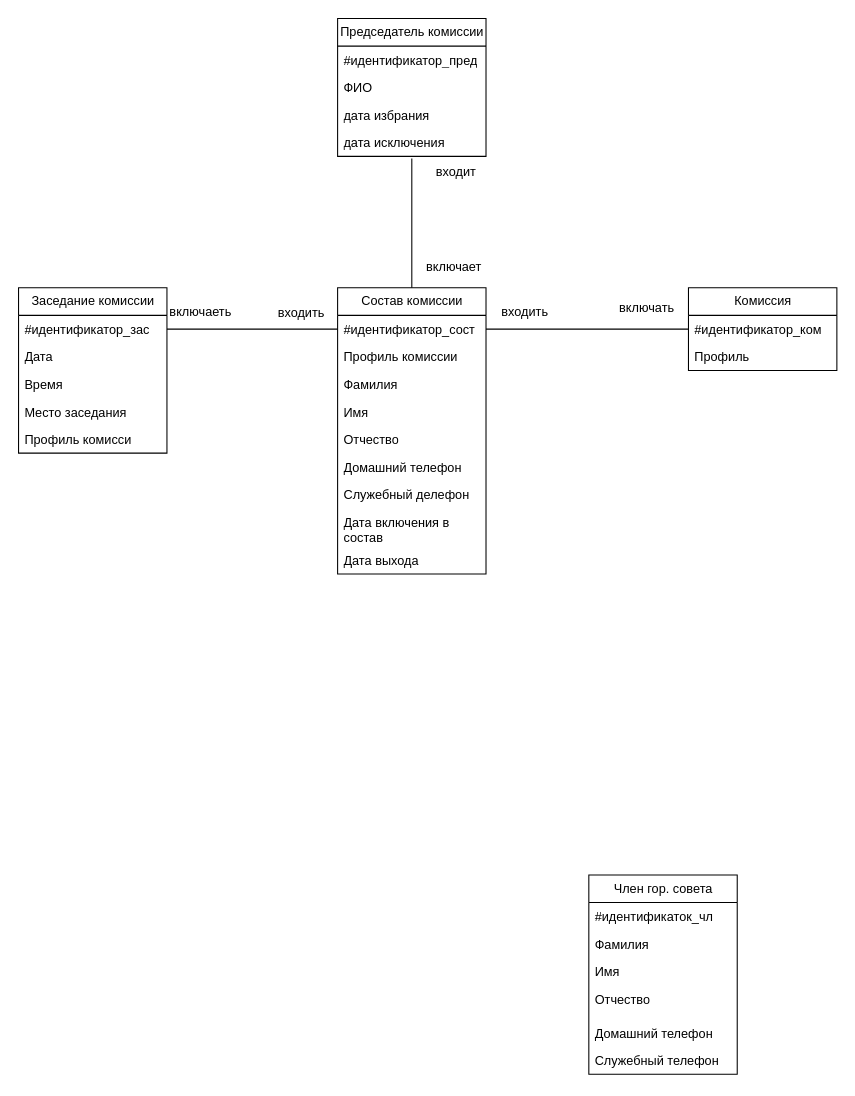
hiff0/db-city-council keeps this draw.io diagram as Инфологическая модель БД.drawio. Above is the earlier version. Source tidied: cells renumbered, new cells numbered last; positions are measured from the earlier drawing's top-left corner, leaving out a move shared by most shapes. Both pictures are drawn from the tidied source at 106%, with x=0, y=0 at pixel (18, 18).
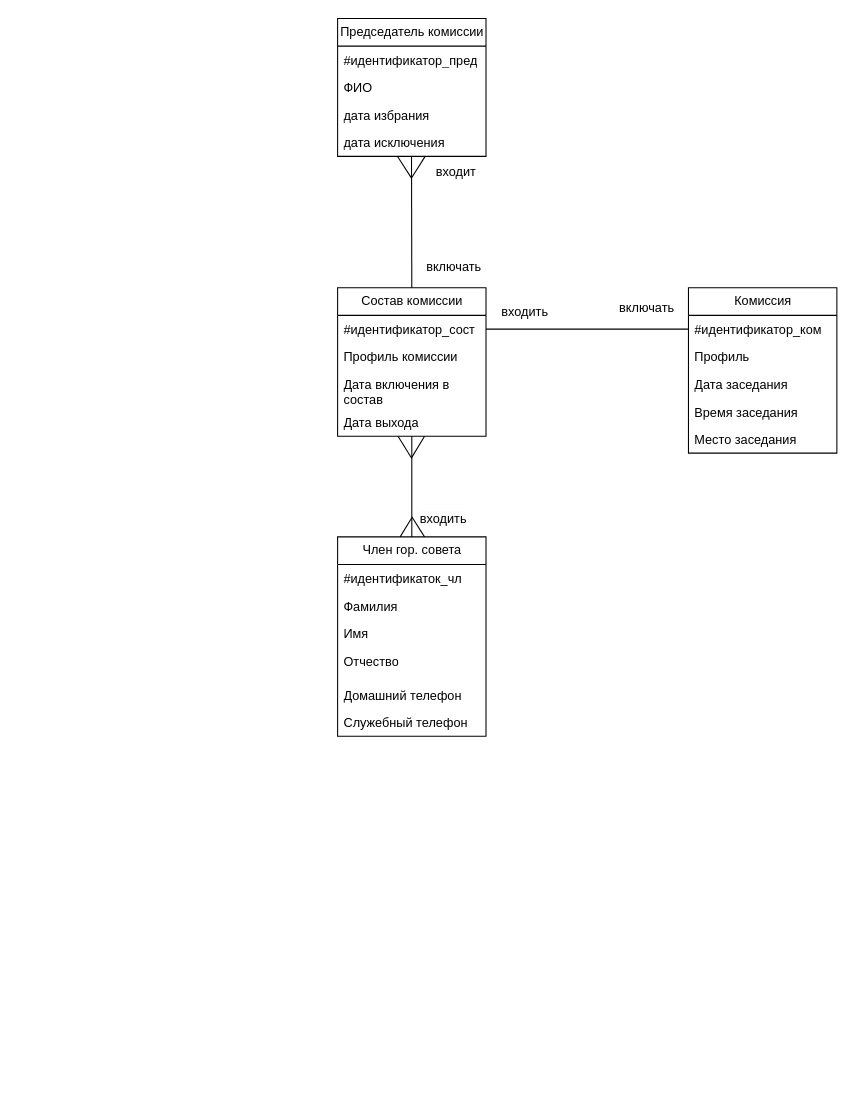
After the change.

The change refers to these unchanged cells:
```xml
<mxCell id="16" value="дата исключения" style="text;strokeColor=none;fillColor=none;align=left;verticalAlign=top;spacingLeft=4;spacingRight=4;overflow=hidden;points=[[0,0.5],[1,0.5]];portConstraint=eastwest;whiteSpace=wrap;html=1;" parent="12" vertex="1">
  <mxGeometry y="104" width="140" height="26" as="geometry" />
</mxCell>
<mxCell id="24" value="#идентификатор_сост" style="text;strokeColor=none;fillColor=none;align=left;verticalAlign=top;spacingLeft=4;spacingRight=4;overflow=hidden;points=[[0,0.5],[1,0.5]];portConstraint=eastwest;whiteSpace=wrap;html=1;" parent="23" vertex="1">
  <mxGeometry y="26" width="140" height="26" as="geometry" />
</mxCell>
```

Diff of the diagram source:
```diff
@@
     <mxCell id="2" value="Член гор. совета" style="swimlane;fontStyle=0;horizontal=1;startSize=26;fillColor=none;html=1;" parent="1" vertex="1">
-      <mxGeometry x="538" y="808" width="140" height="188" as="geometry" />
+      <mxGeometry x="301" y="489" width="140" height="188" as="geometry" />
     </mxCell>
@@
     <mxCell id="9" value="Комиссия" style="swimlane;fontStyle=0;horizontal=1;startSize=26;fillColor=none;html=1;" parent="1" vertex="1">
-      <mxGeometry x="632" y="254" width="140" height="78" as="geometry" />
+      <mxGeometry x="632" y="254" width="140" height="156" as="geometry" />
     </mxCell>
@@
+    <mxCell id="19" value="Дата заседания" style="text;strokeColor=none;fillColor=none;align=left;verticalAlign=top;spacingLeft=4;spacingRight=4;overflow=hidden;whiteSpace=wrap;html=1;" parent="9" vertex="1">
+      <mxGeometry y="78" width="140" height="26" as="geometry" />
+    </mxCell>
+    <mxCell id="20" value="Время заседания" style="text;strokeColor=none;fillColor=none;align=left;verticalAlign=top;spacingLeft=4;spacingRight=4;overflow=hidden;whiteSpace=wrap;html=1;" parent="9" vertex="1">
+      <mxGeometry y="104" width="140" height="26" as="geometry" />
+    </mxCell>
+    <mxCell id="21" value="Место заседания" style="text;strokeColor=none;fillColor=none;align=left;verticalAlign=top;spacingLeft=4;spacingRight=4;overflow=hidden;whiteSpace=wrap;html=1;" parent="9" vertex="1">
+      <mxGeometry y="130" width="140" height="26" as="geometry" />
+    </mxCell>
@@
-    <mxCell id="17" value="Заседание комиссии" style="swimlane;fontStyle=0;horizontal=1;startSize=26;fillColor=none;html=1;" parent="1" vertex="1">
-      <mxGeometry y="254" width="140" height="156" as="geometry" />
-    </mxCell>
-    <mxCell id="18" value="#идентификатор_зас" style="text;strokeColor=none;fillColor=none;align=left;verticalAlign=top;spacingLeft=4;spacingRight=4;overflow=hidden;points=[[0,0.5],[1,0.5]];portConstraint=eastwest;whiteSpace=wrap;html=1;" parent="17" vertex="1">
-      <mxGeometry y="26" width="140" height="26" as="geometry" />
-    </mxCell>
-    <mxCell id="19" value="Дата" style="text;strokeColor=none;fillColor=none;align=left;verticalAlign=top;spacingLeft=4;spacingRight=4;overflow=hidden;whiteSpace=wrap;html=1;" parent="17" vertex="1">
-      <mxGeometry y="52" width="140" height="26" as="geometry" />
-    </mxCell>
-    <mxCell id="20" value="Время" style="text;strokeColor=none;fillColor=none;align=left;verticalAlign=top;spacingLeft=4;spacingRight=4;overflow=hidden;whiteSpace=wrap;html=1;" parent="17" vertex="1">
-      <mxGeometry y="78" width="140" height="26" as="geometry" />
-    </mxCell>
-    <mxCell id="21" value="Место заседания" style="text;strokeColor=none;fillColor=none;align=left;verticalAlign=top;spacingLeft=4;spacingRight=4;overflow=hidden;whiteSpace=wrap;html=1;" parent="17" vertex="1">
-      <mxGeometry y="104" width="140" height="26" as="geometry" />
-    </mxCell>
-    <mxCell id="22" value="Профиль комисси" style="text;strokeColor=none;fillColor=none;align=left;verticalAlign=top;spacingLeft=4;spacingRight=4;overflow=hidden;whiteSpace=wrap;html=1;" parent="17" vertex="1">
-      <mxGeometry y="130" width="140" height="26" as="geometry" />
-    </mxCell>
     <mxCell id="23" value="Состав комиссии" style="swimlane;fontStyle=0;horizontal=1;startSize=26;fillColor=none;html=1;" parent="1" vertex="1">
-      <mxGeometry x="301" y="254" width="140" height="270" as="geometry" />
+      <mxGeometry x="301" y="254" width="140" height="140" as="geometry" />
     </mxCell>
@@
-    <mxCell id="26" value="Фамилия" style="text;strokeColor=none;fillColor=none;align=left;verticalAlign=top;spacingLeft=4;spacingRight=4;overflow=hidden;whiteSpace=wrap;html=1;" parent="23" vertex="1">
-      <mxGeometry y="78" width="140" height="26" as="geometry" />
-    </mxCell>
-    <mxCell id="27" value="Имя" style="text;strokeColor=none;fillColor=none;align=left;verticalAlign=top;spacingLeft=4;spacingRight=4;overflow=hidden;whiteSpace=wrap;html=1;" parent="23" vertex="1">
-      <mxGeometry y="104" width="140" height="26" as="geometry" />
-    </mxCell>
-    <mxCell id="28" value="Отчество" style="text;strokeColor=none;fillColor=none;align=left;verticalAlign=top;spacingLeft=4;spacingRight=4;overflow=hidden;whiteSpace=wrap;html=1;" parent="23" vertex="1">
-      <mxGeometry y="130" width="140" height="26" as="geometry" />
-    </mxCell>
-    <mxCell id="29" value="Домашний телефон" style="text;strokeColor=none;fillColor=none;align=left;verticalAlign=top;spacingLeft=4;spacingRight=4;overflow=hidden;whiteSpace=wrap;html=1;" parent="23" vertex="1">
-      <mxGeometry y="156" width="140" height="26" as="geometry" />
-    </mxCell>
-    <mxCell id="30" value="Служебный делефон" style="text;strokeColor=none;fillColor=none;align=left;verticalAlign=top;spacingLeft=4;spacingRight=4;overflow=hidden;whiteSpace=wrap;html=1;" parent="23" vertex="1">
-      <mxGeometry y="182" width="140" height="26" as="geometry" />
-    </mxCell>
     <mxCell id="31" value="Дата включения в состав" style="text;strokeColor=none;fillColor=none;align=left;verticalAlign=top;spacingLeft=4;spacingRight=4;overflow=hidden;whiteSpace=wrap;html=1;" parent="23" vertex="1">
-      <mxGeometry y="208" width="140" height="36" as="geometry" />
+      <mxGeometry y="78" width="140" height="36" as="geometry" />
     </mxCell>
     <mxCell id="32" value="Дата выхода" style="text;strokeColor=none;fillColor=none;align=left;verticalAlign=top;spacingLeft=4;spacingRight=4;overflow=hidden;points=[[0,0.5],[1,0.5]];portConstraint=eastwest;whiteSpace=wrap;html=1;" parent="23" vertex="1">
-      <mxGeometry y="244" width="140" height="26" as="geometry" />
+      <mxGeometry y="114" width="140" height="26" as="geometry" />
     </mxCell>
-    <mxCell id="33" value="входить" style="text;html=1;strokeColor=none;fillColor=none;align=center;verticalAlign=middle;whiteSpace=wrap;rounded=0;" parent="1" vertex="1">
-      <mxGeometry x="237" y="273" width="60" height="9" as="geometry" />
-    </mxCell>
@@
-    <mxCell id="36" value="включает" style="text;html=1;strokeColor=none;fillColor=none;align=center;verticalAlign=middle;whiteSpace=wrap;rounded=0;" parent="1" vertex="1">
+    <mxCell id="36" value="включать&lt;br&gt;" style="text;html=1;strokeColor=none;fillColor=none;align=center;verticalAlign=middle;whiteSpace=wrap;rounded=0;" parent="1" vertex="1">
       <mxGeometry x="381" y="230" width="60" height="10" as="geometry" />
     </mxCell>
@@
-    <mxCell id="38" value="включаеть" style="text;html=1;strokeColor=none;fillColor=none;align=center;verticalAlign=middle;whiteSpace=wrap;rounded=0;" parent="1" vertex="1">
-      <mxGeometry x="142" y="272" width="60" height="10" as="geometry" />
-    </mxCell>
-    <mxCell id="39" style="endArrow=none;html=1;rounded=0;exitX=1;exitY=0.5;exitDx=0;exitDy=0;entryX=0;entryY=0.5;entryDx=0;entryDy=0;" parent="1" edge="1" source="18" target="24">
-      <mxGeometry relative="1" as="geometry" />
-    </mxCell>
@@
-    <mxCell id="41" style="endArrow=none;html=1;rounded=0;entryX=0.5;entryY=1.081;entryDx=0;entryDy=0;entryPerimeter=0;exitX=0.5;exitY=0;exitDx=0;exitDy=0;" parent="1" edge="1" source="23" target="16">
+    <mxCell id="41" style="endArrow=none;html=1;rounded=0;entryX=0.498;entryY=0.987;entryDx=0;entryDy=0;entryPerimeter=0;exitX=0.5;exitY=0;exitDx=0;exitDy=0;" parent="1" edge="1" source="23" target="16">
       <mxGeometry relative="1" as="geometry" />
     </mxCell>
+    <mxCell id="42" style="endArrow=none;html=1;rounded=0;exitX=0.5;exitY=0;exitDx=0;exitDy=0;entryX=0.5;entryY=0.995;entryDx=0;entryDy=0;entryPerimeter=0;" parent="1" edge="1" source="2" target="32">
+      <mxGeometry relative="1" as="geometry" />
+    </mxCell>
+    <mxCell id="43" style="endArrow=none;html=1;rounded=0;entryX=0.405;entryY=1.013;entryDx=0;entryDy=0;entryPerimeter=0;" parent="1" edge="1" target="16">
+      <mxGeometry relative="1" as="geometry">
+        <mxPoint x="371" y="151" as="sourcePoint" />
+      </mxGeometry>
+    </mxCell>
+    <mxCell id="44" style="endArrow=none;html=1;rounded=0;entryX=0.59;entryY=1.002;entryDx=0;entryDy=0;entryPerimeter=0;" parent="1" edge="1" target="16">
+      <mxGeometry relative="1" as="geometry">
+        <mxPoint x="371" y="150" as="sourcePoint" />
+      </mxGeometry>
+    </mxCell>
+    <mxCell id="45" style="endArrow=none;html=1;rounded=0;entryX=0.59;entryY=1.002;entryDx=0;entryDy=0;entryPerimeter=0;" parent="1" edge="1">
+      <mxGeometry relative="1" as="geometry">
+        <mxPoint x="371" y="414" as="sourcePoint" />
+        <mxPoint x="383" y="394" as="targetPoint" />
+      </mxGeometry>
+    </mxCell>
+    <mxCell id="46" style="endArrow=none;html=1;rounded=0;entryX=0.405;entryY=1.013;entryDx=0;entryDy=0;entryPerimeter=0;" parent="1" edge="1">
+      <mxGeometry relative="1" as="geometry">
+        <mxPoint x="371" y="415" as="sourcePoint" />
+        <mxPoint x="358" y="394" as="targetPoint" />
+      </mxGeometry>
+    </mxCell>
+    <mxCell id="47" style="endArrow=none;html=1;rounded=0;" parent="1" edge="1">
+      <mxGeometry relative="1" as="geometry">
+        <mxPoint x="383" y="489" as="sourcePoint" />
+        <mxPoint x="371" y="470" as="targetPoint" />
+      </mxGeometry>
+    </mxCell>
+    <mxCell id="48" style="endArrow=none;html=1;rounded=0;" parent="1" edge="1">
+      <mxGeometry relative="1" as="geometry">
+        <mxPoint x="360" y="489" as="sourcePoint" />
+        <mxPoint x="371" y="471" as="targetPoint" />
+      </mxGeometry>
+    </mxCell>
+    <mxCell id="33" value="&lt;span style=&quot;color: rgb(0, 0, 0); font-family: Helvetica; font-size: 12px; font-style: normal; font-variant-ligatures: normal; font-variant-caps: normal; font-weight: 400; letter-spacing: normal; orphans: 2; text-align: center; text-indent: 0px; text-transform: none; widows: 2; word-spacing: 0px; -webkit-text-stroke-width: 0px; background-color: rgb(251, 251, 251); text-decoration-thickness: initial; text-decoration-style: initial; text-decoration-color: initial; float: none; display: inline !important;&quot;&gt;входить&lt;/span&gt;" style="text;whiteSpace=wrap;html=1;" parent="1" vertex="1">
+      <mxGeometry x="377" y="458" width="57.8" height="23.2" as="geometry" />
+    </mxCell>
```
